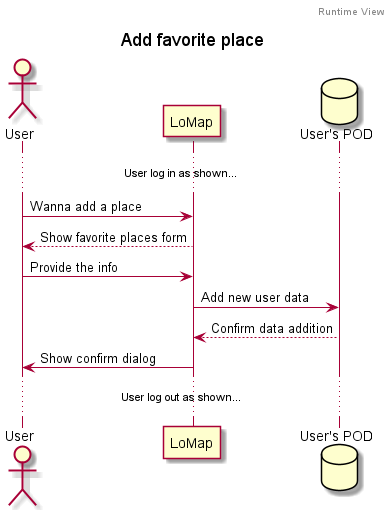
This is images/Add favorite place sequence diagram.png from Arquisoft/lomap_es2c, a PlantUML export, as it was before one commit. Its diagram source:
```plantuml
@startuml
header Runtime View
title Add favorite place
Actor User
Participant LoMap
Database DataBase as "User's POD"

...User log in as shown......

User -> LoMap: Wanna add a place
User <-- LoMap: Show favorite places form
User -> LoMap: Provide the info

LoMap -> DataBase: Add new user data
LoMap <-- DataBase: Confirm data addition

LoMap -> User: Show confirm dialog

...User log out as shown......

@enduml
```
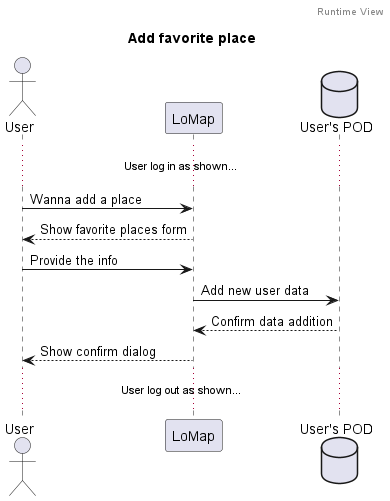
Above is the later version.

The edit, as a diff of the source:
```diff
@@ -14,7 +14,7 @@
 LoMap -> DataBase: Add new user data
 LoMap <-- DataBase: Confirm data addition
 
-LoMap -> User: Show confirm dialog
+LoMap --> User: Show confirm dialog
 
 ...User log out as shown......
 
```
